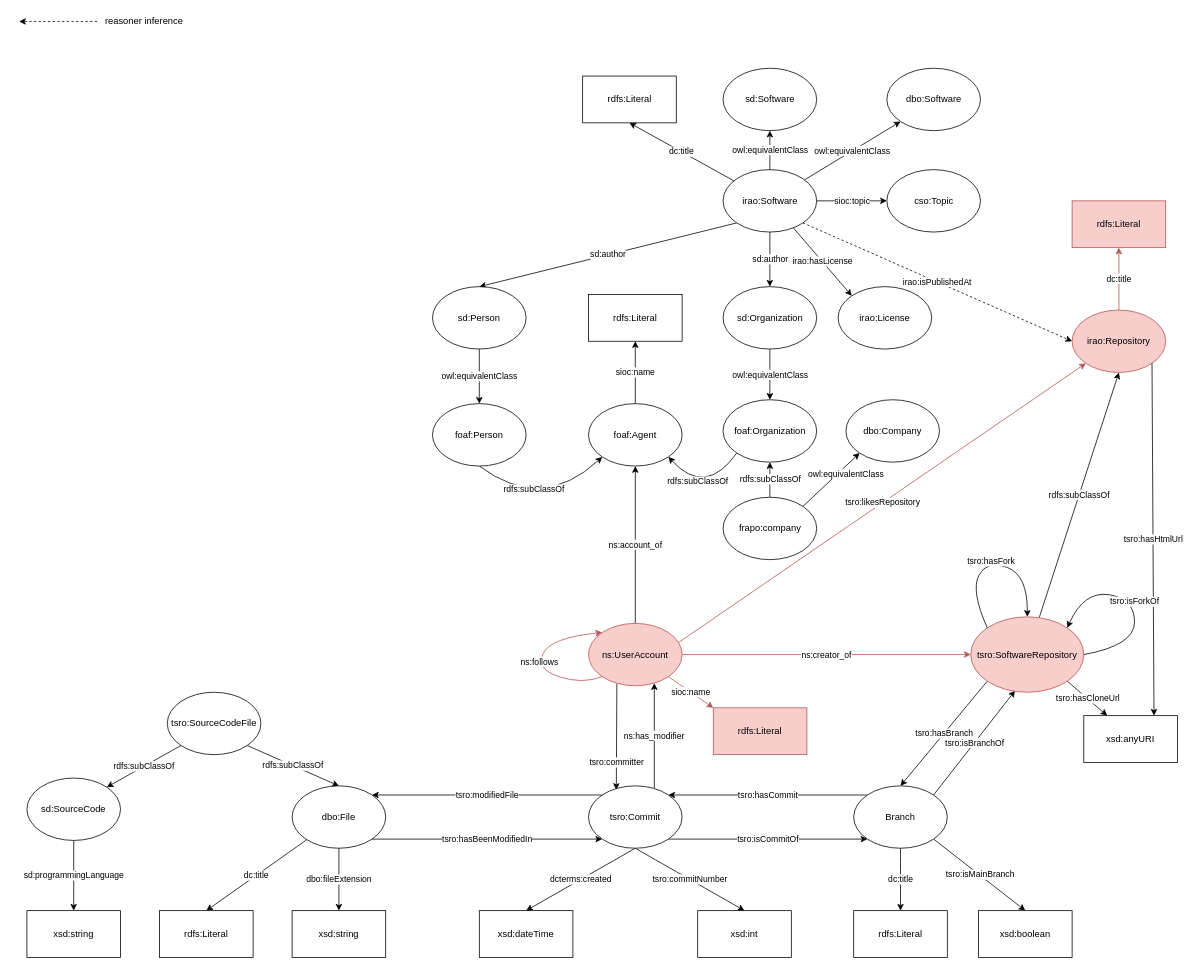
sabato-nocera/tsro keeps this draw.io diagram as ontologies/The Software Repository Ontology.drawio. Above is the earlier version. Source tidied: cells renumbered, new cells numbered last; positions are measured from the earlier drawing's top-left corner, leaving out a move shared by most shapes. Both pictures are drawn from the tidied source at 78%, with x=0, y=0 at pixel (19, 13).
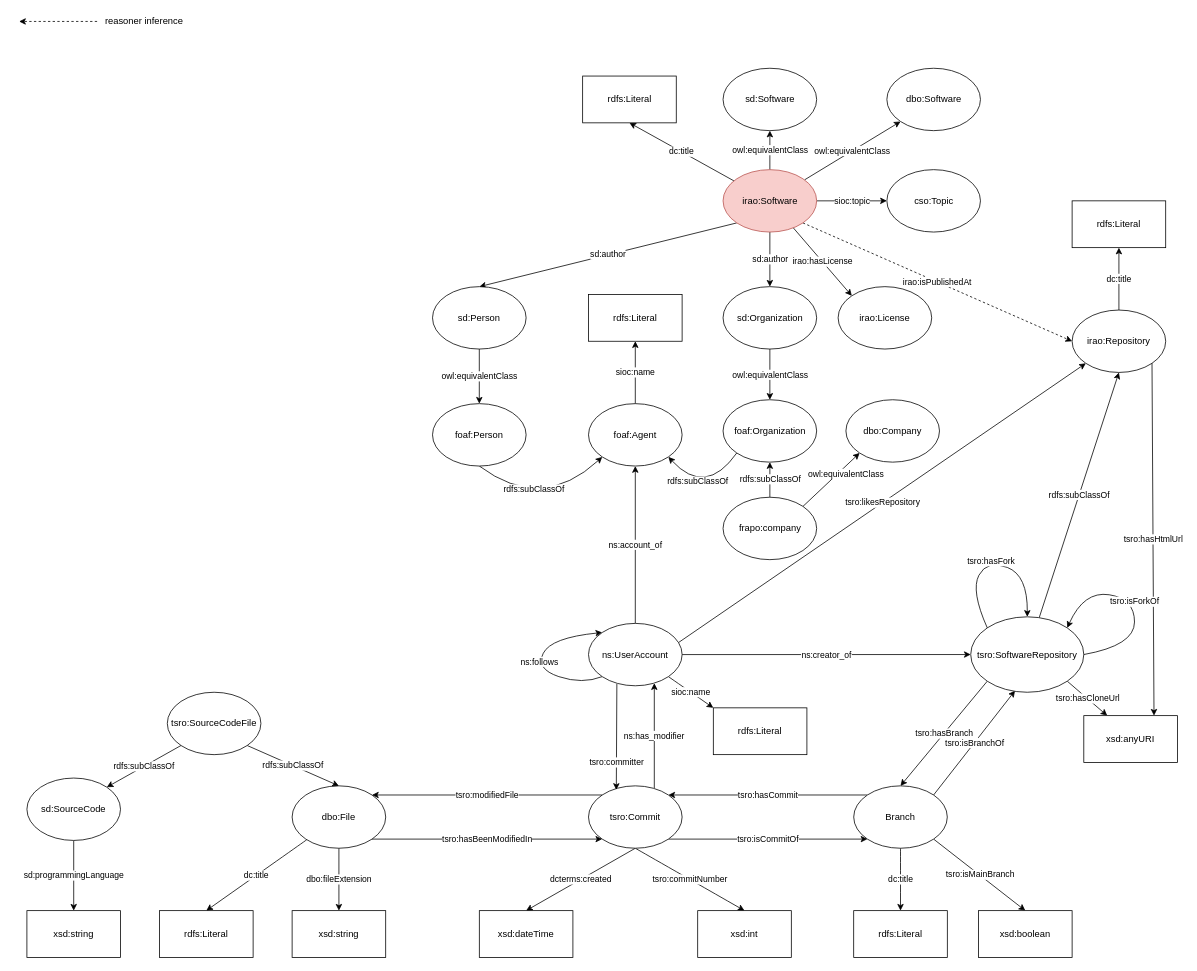
After the change.

Commit message (it also covers changes not shown here):
Realizzazione della pagina per la visualizzazione del software

What changed in the source:
```diff
@@
-    <mxCell id="2" value="dc:title" style="rounded=0;jettySize=auto;html=1;entryX=0.5;entryY=1;entryDx=0;entryDy=0;fillColor=#f8cecc;strokeColor=#b85450;" parent="1" edge="1" source="3" target="72">
+    <mxCell id="2" value="dc:title" style="rounded=0;jettySize=auto;html=1;entryX=0.5;entryY=1;entryDx=0;entryDy=0;" parent="1" edge="1" source="3" target="72">
       <mxGeometry relative="1" as="geometry" />
     </mxCell>
-    <mxCell id="3" value="irao:Repository" style="ellipse;whiteSpace=wrap;html=1;fillColor=#f8cecc;strokeColor=#b85450;" parent="1" vertex="1">
+    <mxCell id="3" value="irao:Repository" style="ellipse;whiteSpace=wrap;html=1;" parent="1" vertex="1">
       <mxGeometry x="1350" y="380" width="120" height="80" as="geometry" />
     </mxCell>
@@
-    <mxCell id="23" value="tsro:SoftwareRepository" style="ellipse;whiteSpace=wrap;html=1;fillColor=#f8cecc;strokeColor=#b85450;" parent="1" vertex="1">
+    <mxCell id="23" value="tsro:SoftwareRepository" style="ellipse;whiteSpace=wrap;html=1;" parent="1" vertex="1">
       <mxGeometry x="1220" y="773.3" width="145" height="96.7" as="geometry" />
     </mxCell>
@@
-    <mxCell id="25" value="ns:creator_of" style="edgeStyle=none;rounded=0;jettySize=auto;html=1;entryX=0;entryY=0.5;entryDx=0;entryDy=0;fillColor=#f8cecc;strokeColor=#b85450;" parent="1" edge="1" source="30" target="23">
+    <mxCell id="25" value="ns:creator_of" style="edgeStyle=none;rounded=0;jettySize=auto;html=1;entryX=0;entryY=0.5;entryDx=0;entryDy=0;" parent="1" edge="1" source="30" target="23">
       <mxGeometry relative="1" as="geometry" />
     </mxCell>
@@
-    <mxCell id="27" value="ns:follows" style="edgeStyle=none;orthogonalLoop=1;jettySize=auto;html=1;curved=1;entryX=0;entryY=0;entryDx=0;entryDy=0;exitX=0;exitY=1;exitDx=0;exitDy=0;fillColor=#f8cecc;strokeColor=#b85450;" parent="1" edge="1" source="30" target="30">
+    <mxCell id="27" value="ns:follows" style="edgeStyle=none;orthogonalLoop=1;jettySize=auto;html=1;curved=1;entryX=0;entryY=0;entryDx=0;entryDy=0;exitX=0;exitY=1;exitDx=0;exitDy=0;" parent="1" edge="1" source="30" target="30">
       <mxGeometry relative="1" as="geometry">
         <Array as="points">
           <mxPoint x="722" y="860" />
           <mxPoint x="662" y="840" />
           <mxPoint x="682" y="800" />
         </Array>
       </mxGeometry>
     </mxCell>
-    <mxCell id="28" value="tsro:likesRepository" style="edgeStyle=none;jettySize=auto;html=1;exitX=0.96;exitY=0.309;exitDx=0;exitDy=0;entryX=0;entryY=1;entryDx=0;entryDy=0;exitPerimeter=0;rounded=0;fillColor=#f8cecc;strokeColor=#b85450;" parent="1" edge="1" source="30" target="3">
+    <mxCell id="28" value="tsro:likesRepository" style="edgeStyle=none;jettySize=auto;html=1;exitX=0.96;exitY=0.309;exitDx=0;exitDy=0;entryX=0;entryY=1;entryDx=0;entryDy=0;exitPerimeter=0;rounded=0;" parent="1" edge="1" source="30" target="3">
       <mxGeometry relative="1" as="geometry" />
     </mxCell>
-    <mxCell id="29" value="sioc:name" style="edgeStyle=none;curved=1;jettySize=auto;html=1;exitX=1;exitY=1;exitDx=0;exitDy=0;entryX=0;entryY=0;entryDx=0;entryDy=0;fillColor=#f8cecc;strokeColor=#b85450;" parent="1" edge="1" source="30" target="76">
+    <mxCell id="29" value="sioc:name" style="edgeStyle=none;curved=1;jettySize=auto;html=1;exitX=1;exitY=1;exitDx=0;exitDy=0;entryX=0;entryY=0;entryDx=0;entryDy=0;" parent="1" edge="1" source="30" target="76">
       <mxGeometry relative="1" as="geometry" />
     </mxCell>
-    <mxCell id="30" value="ns:UserAccount" style="ellipse;whiteSpace=wrap;html=1;fillColor=#f8cecc;strokeColor=#b85450;" parent="1" vertex="1">
+    <mxCell id="30" value="ns:UserAccount" style="ellipse;whiteSpace=wrap;html=1;" parent="1" vertex="1">
       <mxGeometry x="730" y="781.7" width="120" height="80" as="geometry" />
     </mxCell>
@@
-    <mxCell id="39" value="irao:Software" style="ellipse;whiteSpace=wrap;html=1;" parent="1" vertex="1">
+    <mxCell id="39" value="irao:Software" style="ellipse;whiteSpace=wrap;html=1;fillColor=#f8cecc;strokeColor=#b85450;" parent="1" vertex="1">
       <mxGeometry x="902.5" y="200" width="120" height="80" as="geometry" />
     </mxCell>
@@
-    <mxCell id="72" value="rdfs:Literal" style="whiteSpace=wrap;html=1;fillColor=#f8cecc;strokeColor=#b85450;" parent="1" vertex="1">
+    <mxCell id="72" value="rdfs:Literal" style="whiteSpace=wrap;html=1;" parent="1" vertex="1">
       <mxGeometry x="1350" y="240" width="120" height="60" as="geometry" />
     </mxCell>
@@
-    <mxCell id="76" value="rdfs:Literal" style="whiteSpace=wrap;html=1;fillColor=#f8cecc;strokeColor=#b85450;" parent="1" vertex="1">
+    <mxCell id="76" value="rdfs:Literal" style="whiteSpace=wrap;html=1;" parent="1" vertex="1">
       <mxGeometry x="890" y="890" width="120" height="60" as="geometry" />
     </mxCell>
```
